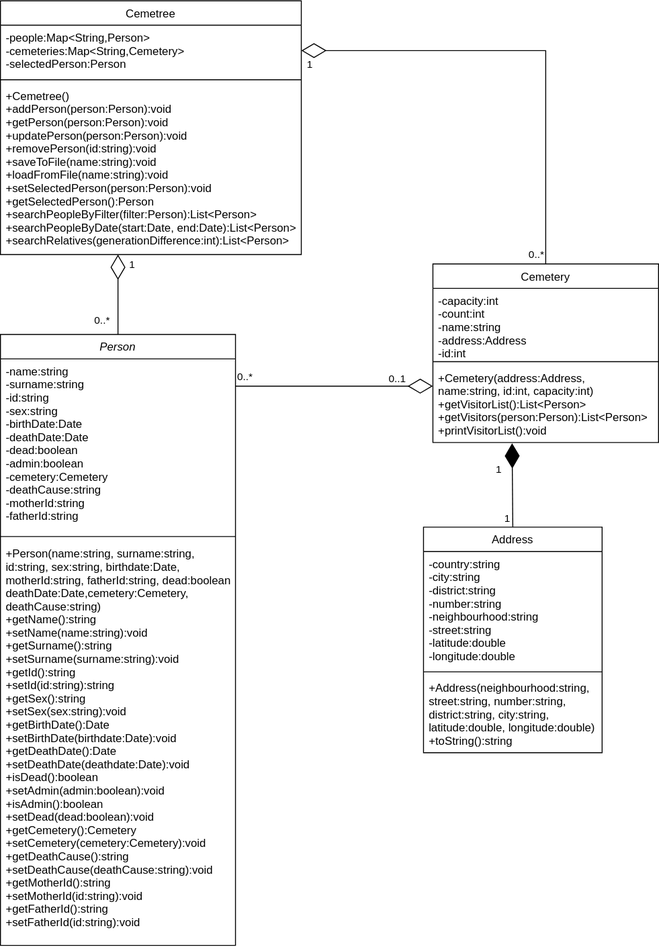
Earlier version of the draw.io export diagrams/class.svg (Wayedintr/CME-2210-Class-Project). Source tidied: cells renumbered, new cells last; positions are measured from the earlier drawing's top-left corner, leaving out a move shared by most shapes.
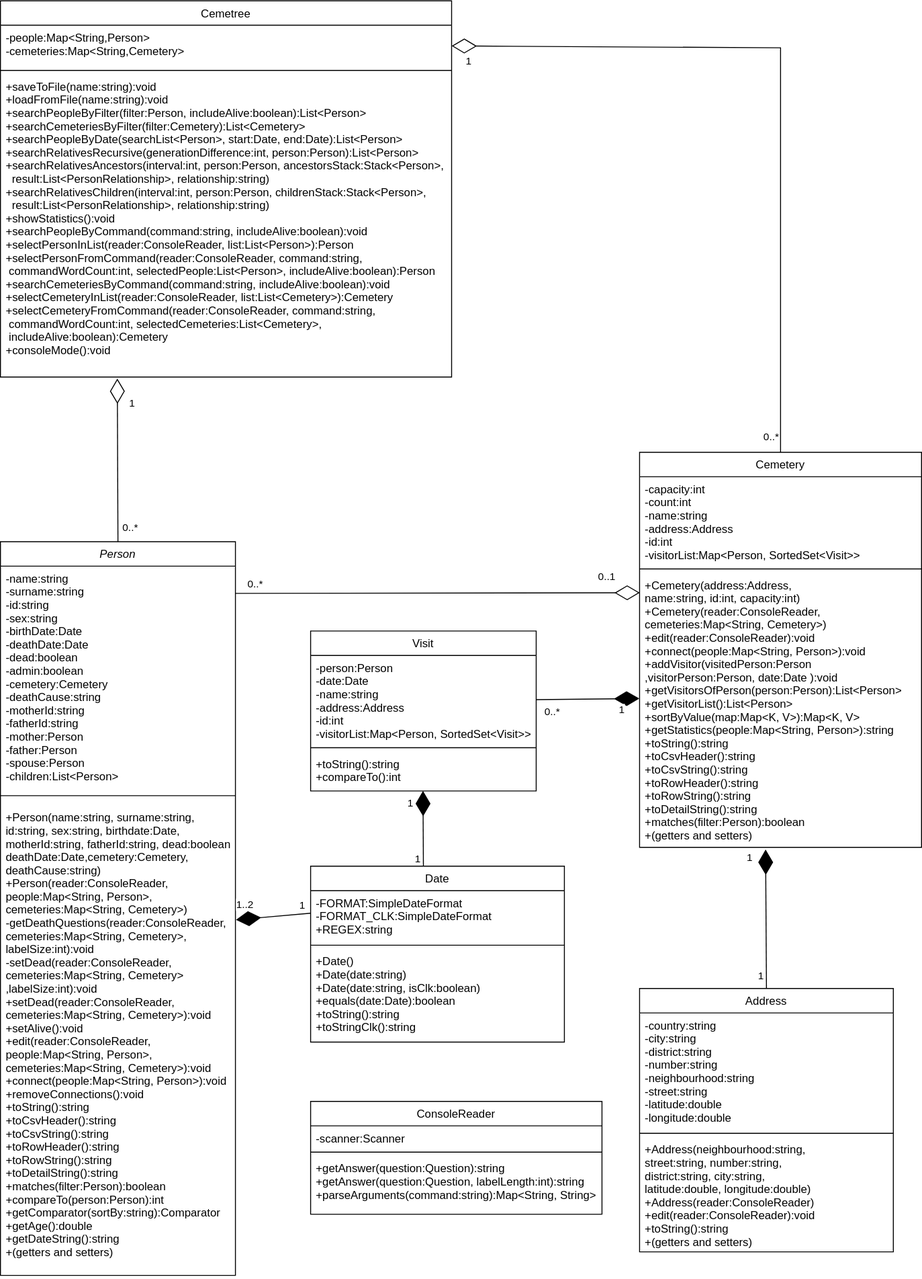
Above is the later version.

Diff of the diagram source:
```diff
@@ -5,29 +5,28 @@
     <mxCell id="2" value="Person" style="swimlane;fontStyle=2;align=center;verticalAlign=top;horizontal=1;startSize=26;rounded=0;shadow=0;strokeWidth=1;" parent="1" vertex="1">
-      <mxGeometry y="355" width="250" height="650" as="geometry" />
+      <mxGeometry y="575" width="250" height="780" as="geometry" />
     </mxCell>
-    <mxCell id="3" value="-name:string&#10;-surname:string&#10;-id:string&#10;-sex:string&#10;-birthDate:Date&#10;-deathDate:Date&#10;-dead:boolean&#10;-admin:boolean&#10;-cemetery:Cemetery&#10;-deathCause:string&#10;-motherId:string&#10;-fatherId:string" style="text;align=left;verticalAlign=top;spacingLeft=4;spacingRight=4;overflow=hidden;" parent="2" vertex="1">
-      <mxGeometry y="26" width="250" height="184" as="geometry" />
+    <mxCell id="3" value="-name:string&#10;-surname:string&#10;-id:string&#10;-sex:string&#10;-birthDate:Date&#10;-deathDate:Date&#10;-dead:boolean&#10;-admin:boolean&#10;-cemetery:Cemetery&#10;-deathCause:string&#10;-motherId:string&#10;-fatherId:string&#10;-mother:Person&#10;-father:Person&#10;-spouse:Person&#10;-children:List&lt;Person&gt;" style="text;align=left;verticalAlign=top;spacingLeft=4;spacingRight=4;overflow=hidden;" parent="2" vertex="1">
+      <mxGeometry y="26" width="250" height="234" as="geometry" />
     </mxCell>
     <mxCell id="4" style="line;html=1;strokeWidth=1;align=left;verticalAlign=middle;spacingTop=-1;spacingLeft=3;spacingRight=3;labelPosition=right;" parent="2" vertex="1">
-      <mxGeometry y="210" width="250" height="10" as="geometry" />
+      <mxGeometry y="260" width="250" height="20" as="geometry" />
     </mxCell>
-    <mxCell id="5" value="+Person(name:string, surname:string, &#10;id:string, sex:string, birthdate:Date,&#10;motherId:string, fatherId:string, dead:boolean&#10;deathDate:Date,cemetery:Cemetery, &#10;deathCause:string)&#10;+getName():string&#10;+setName(name:string):void&#10;+getSurname():string&#10;+setSurname(surname:string):void&#10;+getId():string&#10;+setId(id:string):string&#10;+getSex():string&#10;+setSex(sex:string):void&#10;+getBirthDate():Date&#10;+setBirthDate(birthdate:Date):void&#10;+getDeathDate():Date&#10;+setDeathDate(deathdate:Date):void&#10;+isDead():boolean&#10;+setAdmin(admin:boolean):void&#10;+isAdmin():boolean&#10;+setDead(dead:boolean):void&#10;+getCemetery():Cemetery&#10;+setCemetery(cemetery:Cemetery):void&#10;+getDeathCause():string&#10;+setDeathCause(deathCause:string):void&#10;+getMotherId():string&#10;+setMotherId(id:string):void&#10;+getFatherId():string&#10;+setFatherId(id:string):void" style="text;align=left;verticalAlign=top;spacingLeft=4;spacingRight=4;overflow=hidden;points=[[0,0.5],[1,0.5]];portConstraint=eastwest;" parent="2" vertex="1">
-      <mxGeometry y="220" width="250" height="430" as="geometry" />
+    <mxCell id="5" value="+Person(name:string, surname:string, &#10;id:string, sex:string, birthdate:Date,&#10;motherId:string, fatherId:string, dead:boolean&#10;deathDate:Date,cemetery:Cemetery, &#10;deathCause:string)&#10;+Person(reader:ConsoleReader, &#10;people:Map&lt;String, Person&gt;, &#10;cemeteries:Map&lt;String, Cemetery&gt;)&#10;-getDeathQuestions(reader:ConsoleReader, &#10;cemeteries:Map&lt;String, Cemetery&gt;,&#10;labelSize:int):void&#10;-setDead(reader:ConsoleReader, &#10;cemeteries:Map&lt;String, Cemetery&gt;&#10;,labelSize:int):void&#10;+setDead(reader:ConsoleReader,&#10;cemeteries:Map&lt;String, Cemetery&gt;):void&#10;+setAlive():void&#10;+edit(reader:ConsoleReader, &#10;people:Map&lt;String, Person&gt;, &#10;cemeteries:Map&lt;String, Cemetery&gt;):void&#10;+connect(people:Map&lt;String, Person&gt;):void&#10;+removeConnections():void&#10;+toString():string&#10;+toCsvHeader():string&#10;+toCsvString():string&#10;+toRowHeader():string&#10;+toRowString():string&#10;+toDetailString():string&#10;+matches(filter:Person):boolean&#10;+compareTo(person:Person):int&#10;+getComparator(sortBy:string):Comparator&#10;+getAge():double&#10;+getDateString():string&#10;+(getters and setters)" style="text;align=left;verticalAlign=top;spacingLeft=4;spacingRight=4;overflow=hidden;points=[[0,0.5],[1,0.5]];portConstraint=eastwest;" parent="2" vertex="1">
+      <mxGeometry y="280" width="250" height="500" as="geometry" />
     </mxCell>
     <mxCell id="6" value="Cemetery" style="swimlane;fontStyle=0;align=center;verticalAlign=top;horizontal=1;startSize=26;rounded=0;shadow=0;strokeWidth=1;" parent="1" vertex="1">
-      <mxGeometry x="460" y="280" width="240" height="190" as="geometry" />
+      <mxGeometry x="680" y="480" width="300" height="420" as="geometry" />
     </mxCell>
-    <mxCell id="7" value="-capacity:int&#10;-count:int&#10;-name:string&#10;-address:Address&#10;-id:int" style="text;align=left;verticalAlign=top;spacingLeft=4;spacingRight=4;overflow=hidden;" parent="6" vertex="1">
-      <mxGeometry y="26" width="240" height="74" as="geometry" />
+    <mxCell id="7" value="-capacity:int&#10;-count:int&#10;-name:string&#10;-address:Address&#10;-id:int&#10;-visitorList:Map&lt;Person, SortedSet&lt;Visit&gt;&gt;" style="text;align=left;verticalAlign=top;spacingLeft=4;spacingRight=4;overflow=hidden;" parent="6" vertex="1">
+      <mxGeometry y="26" width="300" height="94" as="geometry" />
     </mxCell>
     <mxCell id="8" style="line;html=1;strokeWidth=1;align=left;verticalAlign=middle;spacingTop=-1;spacingLeft=3;spacingRight=3;labelPosition=right;" parent="6" vertex="1">
-      <mxGeometry y="100" width="240" height="8" as="geometry" />
+      <mxGeometry y="120" width="300" height="8" as="geometry" />
     </mxCell>
-    <mxCell id="9" value="+Cemetery(address:Address,&#10;name:string, id:int, capacity:int)&#10;+getVisitorList():List&lt;Person&gt;&#10;+getVisitors(person:Person):List&lt;Person&gt;&#10;+printVisitorList():void" style="text;align=left;verticalAlign=top;spacingLeft=4;spacingRight=4;overflow=hidden;points=[[0,0.5],[1,0.5]];portConstraint=eastwest;" parent="6" vertex="1">
-      <mxGeometry y="108" width="240" height="82" as="geometry" />
+    <mxCell id="9" value="+Cemetery(address:Address,&#10;name:string, id:int, capacity:int)&#10;+Cemetery(reader:ConsoleReader, &#10;cemeteries:Map&lt;String, Cemetery&gt;)&#10;+edit(reader:ConsoleReader):void&#10;+connect(people:Map&lt;String, Person&gt;):void&#10;+addVisitor(visitedPerson:Person&#10;,visitorPerson:Person, date:Date ):void&#10;+getVisitorsOfPerson(person:Person):List&lt;Person&gt;&#10;+getVisitorList():List&lt;Person&gt;&#10;+sortByValue(map:Map&lt;K, V&gt;):Map&lt;K, V&gt;&#10;+getStatistics(people:Map&lt;String, Person&gt;):string&#10;+toString():string&#10;+toCsvHeader():string&#10;+toCsvString():string&#10;+toRowHeader():string&#10;+toRowString():string&#10;+toDetailString():string&#10;+matches(filter:Person):boolean&#10;+(getters and setters)&#10;" style="text;align=left;verticalAlign=top;spacingLeft=4;spacingRight=4;overflow=hidden;points=[[0,0.5],[1,0.5]];portConstraint=eastwest;" parent="6" vertex="1">
+      <mxGeometry y="128" width="300" height="292" as="geometry" />
     </mxCell>
-    <mxCell id="10" value="0..*" style="endArrow=diamondThin;endFill=0;endSize=24;html=1;rounded=0;entryX=0;entryY=0;entryDx=0;entryDy=0;entryPerimeter=0;" parent="1" edge="1">
+    <mxCell id="10" value="0..*" style="endArrow=diamondThin;endFill=0;endSize=24;html=1;rounded=0;entryX=0.001;entryY=0.073;entryDx=0;entryDy=0;entryPerimeter=0;" parent="1" edge="1" target="9">
       <mxGeometry x="-0.9" y="10" relative="1" as="geometry">
-        <mxPoint x="250" y="410" as="sourcePoint" />
-        <mxPoint x="460" y="410" as="targetPoint" />
+        <mxPoint x="250" y="630" as="sourcePoint" />
       </mxGeometry>
@@ -36,3 +35,3 @@
       <mxGeometry x="0.77" y="-2" relative="1" as="geometry">
-        <mxPoint x="-14" y="-10" as="offset" />
+        <mxPoint x="14" y="-20" as="offset" />
       </mxGeometry>
@@ -40,14 +39,14 @@
     <mxCell id="12" value="Address" style="swimlane;fontStyle=0;align=center;verticalAlign=top;horizontal=1;startSize=26;rounded=0;shadow=0;strokeWidth=1;" parent="1" vertex="1">
-      <mxGeometry x="450" y="560" width="190" height="240" as="geometry" />
+      <mxGeometry x="680" y="1050" width="270" height="280" as="geometry" />
     </mxCell>
     <mxCell id="13" value="-country:string&#10;-city:string&#10;-district:string&#10;-number:string&#10;-neighbourhood:string&#10;-street:string&#10;-latitude:double&#10;-longitude:double" style="text;align=left;verticalAlign=top;spacingLeft=4;spacingRight=4;overflow=hidden;" parent="12" vertex="1">
-      <mxGeometry y="26" width="190" height="124" as="geometry" />
+      <mxGeometry y="26" width="270" height="124" as="geometry" />
     </mxCell>
     <mxCell id="14" style="line;html=1;strokeWidth=1;align=left;verticalAlign=middle;spacingTop=-1;spacingLeft=3;spacingRight=3;labelPosition=right;" parent="12" vertex="1">
-      <mxGeometry y="150" width="190" height="8" as="geometry" />
+      <mxGeometry y="150" width="270" height="8" as="geometry" />
     </mxCell>
-    <mxCell id="15" value="+Address(neighbourhood:string,&#10;street:string, number:string, &#10;district:string, city:string,&#10;latitude:double, longitude:double)&#10;+toString():string" style="text;align=left;verticalAlign=top;spacingLeft=4;spacingRight=4;overflow=hidden;" parent="12" vertex="1">
-      <mxGeometry y="158" width="190" height="72" as="geometry" />
+    <mxCell id="15" value="+Address(neighbourhood:string,&#10;street:string, number:string, &#10;district:string, city:string,&#10;latitude:double, longitude:double)&#10;+Address(reader:ConsoleReader)&#10;+edit(reader:ConsoleReader):void&#10;+toString():string&#10;+(getters and setters)&#10;" style="text;align=left;verticalAlign=top;spacingLeft=4;spacingRight=4;overflow=hidden;" parent="12" vertex="1">
+      <mxGeometry y="158" width="270" height="122" as="geometry" />
     </mxCell>
-    <mxCell id="16" style="endArrow=diamondThin;endFill=1;endSize=24;html=1;rounded=0;exitX=0.5;exitY=0;exitDx=0;exitDy=0;entryX=0.351;entryY=1.01;entryDx=0;entryDy=0;entryPerimeter=0;" parent="1" edge="1" source="12" target="9">
+    <mxCell id="16" style="endArrow=diamondThin;endFill=1;endSize=24;html=1;rounded=0;exitX=0.5;exitY=0;exitDx=0;exitDy=0;entryX=0.447;entryY=1.008;entryDx=0;entryDy=0;entryPerimeter=0;" parent="1" edge="1" source="12" target="9">
       <mxGeometry relative="1" as="geometry" />
@@ -60,3 +59,3 @@
     <mxCell id="18" value="1" style="edgeLabel;html=1;align=center;verticalAlign=middle;" parent="1" vertex="1">
-      <mxGeometry x="545" y="570" as="geometry">
+      <mxGeometry x="812" y="982" as="geometry">
         <mxPoint x="-15" y="-71" as="offset" />
@@ -65,17 +64,15 @@
     <mxCell id="19" value="Cemetree" style="swimlane;fontStyle=0;align=center;verticalAlign=top;horizontal=1;startSize=26;rounded=0;shadow=0;strokeWidth=1;" parent="1" vertex="1">
-      <mxGeometry width="320" height="270" as="geometry" />
+      <mxGeometry width="480" height="400" as="geometry" />
     </mxCell>
-    <mxCell id="20" value="-people:Map&lt;String,Person&gt;&#10;-cemeteries:Map&lt;String,Cemetery&gt;&#10;-selectedPerson:Person" style="text;align=left;verticalAlign=top;spacingLeft=4;spacingRight=4;overflow=hidden;points=[[0,0.5],[1,0.5]];portConstraint=eastwest;" parent="19" vertex="1">
-      <mxGeometry y="26" width="320" height="54" as="geometry" />
+    <mxCell id="20" value="-people:Map&lt;String,Person&gt;&#10;-cemeteries:Map&lt;String,Cemetery&gt;" style="text;align=left;verticalAlign=top;spacingLeft=4;spacingRight=4;overflow=hidden;points=[[0,0.5],[1,0.5]];portConstraint=eastwest;" parent="19" vertex="1">
+      <mxGeometry y="26" width="480" height="44" as="geometry" />
     </mxCell>
     <mxCell id="21" style="line;html=1;strokeWidth=1;align=left;verticalAlign=middle;spacingTop=-1;spacingLeft=3;spacingRight=3;labelPosition=right;" parent="19" vertex="1">
-      <mxGeometry y="80" width="320" height="8" as="geometry" />
+      <mxGeometry y="70" width="480" height="8" as="geometry" />
     </mxCell>
-    <mxCell id="22" value="+Cemetree()&#10;+addPerson(person:Person):void&#10;+getPerson(person:Person):void&#10;+updatePerson(person:Person):void&#10;+removePerson(id:string):void&#10;+saveToFile(name:string):void&#10;+loadFromFile(name:string):void&#10;+setSelectedPerson(person:Person):void&#10;+getSelectedPerson():Person&#10;+searchPeopleByFilter(filter:Person):List&lt;Person&gt;&#10;+searchPeopleByDate(start:Date, end:Date):List&lt;Person&gt;&#10;+searchRelatives(generationDifference:int):List&lt;Person&gt;" style="text;align=left;verticalAlign=top;spacingLeft=4;spacingRight=4;overflow=hidden;points=[[0,0.5],[1,0.5]];portConstraint=eastwest;" parent="19" vertex="1">
-      <mxGeometry y="88" width="320" height="182" as="geometry" />
+    <mxCell id="22" value="+saveToFile(name:string):void&#10;+loadFromFile(name:string):void&#10;+searchPeopleByFilter(filter:Person, includeAlive:boolean):List&lt;Person&gt;&#10;+searchCemeteriesByFilter(filter:Cemetery):List&lt;Cemetery&gt;&#10;+searchPeopleByDate(searchList&lt;Person&gt;, start:Date, end:Date):List&lt;Person&gt;&#10;+searchRelativesRecursive(generationDifference:int, person:Person):List&lt;Person&gt;&#10;+searchRelativesAncestors(interval:int, person:Person, ancestorsStack:Stack&lt;Person&gt;, &#10;  result:List&lt;PersonRelationship&gt;, relationship:string)&#10;+searchRelativesChildren(interval:int, person:Person, childrenStack:Stack&lt;Person&gt;,&#10;  result:List&lt;PersonRelationship&gt;, relationship:string)&#10;+showStatistics():void&#10;+searchPeopleByCommand(command:string, includeAlive:boolean):void&#10;+selectPersonInList(reader:ConsoleReader, list:List&lt;Person&gt;):Person&#10;+selectPersonFromCommand(reader:ConsoleReader, command:string,&#10; commandWordCount:int, selectedPeople:List&lt;Person&gt;, includeAlive:boolean):Person&#10;+searchCemeteriesByCommand(command:string, includeAlive:boolean):void&#10;+selectCemeteryInList(reader:ConsoleReader, list:List&lt;Cemetery&gt;):Cemetery&#10;+selectCemeteryFromCommand(reader:ConsoleReader, command:string,&#10; commandWordCount:int, selectedCemeteries:List&lt;Cemetery&gt;, &#10; includeAlive:boolean):Cemetery&#10;+consoleMode():void" style="text;align=left;verticalAlign=top;spacingLeft=4;spacingRight=4;overflow=hidden;points=[[0,0.5],[1,0.5]];portConstraint=eastwest;" parent="19" vertex="1">
+      <mxGeometry y="78" width="480" height="322" as="geometry" />
     </mxCell>
-    <mxCell id="23" style="endArrow=diamondThin;endFill=0;endSize=24;html=1;rounded=0;exitX=0.5;exitY=0;exitDx=0;exitDy=0;" parent="1" edge="1" source="2">
-      <mxGeometry relative="1" as="geometry">
-        <mxPoint x="125" y="270" as="targetPoint" />
-      </mxGeometry>
+    <mxCell id="23" style="endArrow=diamondThin;endFill=0;endSize=24;html=1;rounded=0;exitX=0.5;exitY=0;exitDx=0;exitDy=0;entryX=0.259;entryY=1.005;entryDx=0;entryDy=0;entryPerimeter=0;" parent="1" edge="1" source="2" target="22">
+      <mxGeometry relative="1" as="geometry" />
     </mxCell>
@@ -89,3 +86,3 @@
         <Array as="points">
-          <mxPoint x="580" y="53" />
+          <mxPoint x="830" y="50" />
         </Array>
@@ -104,3 +101,3 @@
     <mxCell id="28" value="0..*" style="edgeLabel;html=1;align=center;verticalAlign=middle;" parent="1" vertex="1">
-      <mxGeometry x="550" y="410" as="geometry">
+      <mxGeometry x="580" y="630" as="geometry">
         <mxPoint x="-442" y="-70" as="offset" />
@@ -108,2 +105,79 @@
     </mxCell>
+    <mxCell id="29" value="Visit" style="swimlane;fontStyle=0;align=center;verticalAlign=top;horizontal=1;startSize=26;rounded=0;shadow=0;strokeWidth=1;" parent="1" vertex="1">
+      <mxGeometry x="330" y="670" width="240" height="170" as="geometry" />
+    </mxCell>
+    <mxCell id="30" value="-person:Person&#10;-date:Date&#10;-name:string&#10;-address:Address&#10;-id:int&#10;-visitorList:Map&lt;Person, SortedSet&lt;Visit&gt;&gt;" style="text;align=left;verticalAlign=top;spacingLeft=4;spacingRight=4;overflow=hidden;" parent="29" vertex="1">
+      <mxGeometry y="26" width="240" height="94" as="geometry" />
+    </mxCell>
+    <mxCell id="31" style="line;html=1;strokeWidth=1;align=left;verticalAlign=middle;spacingTop=-1;spacingLeft=3;spacingRight=3;labelPosition=right;" parent="29" vertex="1">
+      <mxGeometry y="120" width="240" height="8" as="geometry" />
+    </mxCell>
+    <mxCell id="32" value="+toString():string&#10;+compareTo():int" style="text;align=left;verticalAlign=top;spacingLeft=4;spacingRight=4;overflow=hidden;" parent="29" vertex="1">
+      <mxGeometry y="128" width="240" height="42" as="geometry" />
+    </mxCell>
+    <mxCell id="33" value="0..*" style="endArrow=diamondThin;endFill=1;endSize=24;html=1;rounded=0;entryX=-0.001;entryY=0.458;entryDx=0;entryDy=0;entryPerimeter=0;" parent="1" edge="1" target="9">
+      <mxGeometry x="-0.7" y="-13" relative="1" as="geometry">
+        <mxPoint x="570" y="743" as="sourcePoint" />
+      </mxGeometry>
+    </mxCell>
+    <mxCell id="34" value="1" style="edgeLabel;html=1;align=center;verticalAlign=middle;" parent="33" vertex="1">
+      <mxGeometry x="-0.86" relative="1" as="geometry">
+        <mxPoint x="83" y="11" as="offset" />
+      </mxGeometry>
+    </mxCell>
+    <mxCell id="35" value="ConsoleReader" style="swimlane;fontStyle=0;align=center;verticalAlign=top;horizontal=1;startSize=26;rounded=0;shadow=0;strokeWidth=1;" parent="1" vertex="1">
+      <mxGeometry x="330" y="1170" width="310" height="120" as="geometry" />
+    </mxCell>
+    <mxCell id="36" value="-scanner:Scanner" style="text;align=left;verticalAlign=top;spacingLeft=4;spacingRight=4;overflow=hidden;" parent="35" vertex="1">
+      <mxGeometry y="26" width="310" height="24" as="geometry" />
+    </mxCell>
+    <mxCell id="37" style="line;html=1;strokeWidth=1;align=left;verticalAlign=middle;spacingTop=-1;spacingLeft=3;spacingRight=3;labelPosition=right;" parent="35" vertex="1">
+      <mxGeometry y="50" width="310" height="8" as="geometry" />
+    </mxCell>
+    <mxCell id="38" value="+getAnswer(question:Question):string&#10;+getAnswer(question:Question, labelLength:int):string&#10;+parseArguments(command:string):Map&lt;String, String&gt;" style="text;align=left;verticalAlign=top;spacingLeft=4;spacingRight=4;overflow=hidden;" parent="35" vertex="1">
+      <mxGeometry y="58" width="310" height="62" as="geometry" />
+    </mxCell>
+    <mxCell id="39" value="Date" style="swimlane;fontStyle=0;align=center;verticalAlign=top;horizontal=1;startSize=26;rounded=0;shadow=0;strokeWidth=1;" parent="1" vertex="1">
+      <mxGeometry x="330" y="920" width="270" height="187" as="geometry" />
+    </mxCell>
+    <mxCell id="40" value="-FORMAT:SimpleDateFormat&#10;-FORMAT_CLK:SimpleDateFormat&#10;+REGEX:string" style="text;align=left;verticalAlign=top;spacingLeft=4;spacingRight=4;overflow=hidden;" parent="39" vertex="1">
+      <mxGeometry y="26" width="270" height="54" as="geometry" />
+    </mxCell>
+    <mxCell id="41" style="line;html=1;strokeWidth=1;align=left;verticalAlign=middle;spacingTop=-1;spacingLeft=3;spacingRight=3;labelPosition=right;" parent="39" vertex="1">
+      <mxGeometry y="80" width="270" height="8" as="geometry" />
+    </mxCell>
+    <mxCell id="42" value="+Date()&#10;+Date(date:string)&#10;+Date(date:string, isClk:boolean)&#10;+equals(date:Date):boolean&#10;+toString():string&#10;+toStringClk():string" style="text;align=left;verticalAlign=top;spacingLeft=4;spacingRight=4;overflow=hidden;" parent="39" vertex="1">
+      <mxGeometry y="88" width="270" height="92" as="geometry" />
+    </mxCell>
+    <mxCell id="43" style="endArrow=diamondThin;endFill=1;endSize=24;html=1;rounded=0;entryX=0.447;entryY=1.008;entryDx=0;entryDy=0;entryPerimeter=0;" parent="1" edge="1">
+      <mxGeometry relative="1" as="geometry">
+        <mxPoint x="450" y="920" as="sourcePoint" />
+        <mxPoint x="449.5" y="840" as="targetPoint" />
+      </mxGeometry>
+    </mxCell>
+    <mxCell id="44" value="1" style="edgeLabel;html=1;align=center;verticalAlign=middle;" parent="43" vertex="1">
+      <mxGeometry x="-0.86" relative="1" as="geometry">
+        <mxPoint x="-6" y="-3" as="offset" />
+      </mxGeometry>
+    </mxCell>
+    <mxCell id="45" value="1" style="edgeLabel;html=1;align=center;verticalAlign=middle;" parent="43" vertex="1">
+      <mxGeometry x="0.68" y="-3" relative="1" as="geometry">
+        <mxPoint x="-17" as="offset" />
+      </mxGeometry>
+    </mxCell>
+    <mxCell id="46" style="endArrow=diamondThin;endFill=1;endSize=24;html=1;rounded=0;entryX=1.002;entryY=0.244;entryDx=0;entryDy=0;entryPerimeter=0;" parent="1" edge="1" target="5">
+      <mxGeometry relative="1" as="geometry">
+        <mxPoint x="330" y="970" as="sourcePoint" />
+      </mxGeometry>
+    </mxCell>
+    <mxCell id="47" value="1" style="edgeLabel;html=1;align=center;verticalAlign=middle;" parent="46" vertex="1">
+      <mxGeometry x="-0.86" relative="1" as="geometry">
+        <mxPoint x="-4" y="-9" as="offset" />
+      </mxGeometry>
+    </mxCell>
+    <mxCell id="48" value="1..2" style="edgeLabel;html=1;align=center;verticalAlign=middle;" parent="46" vertex="1">
+      <mxGeometry x="0.68" y="-3" relative="1" as="geometry">
+        <mxPoint x="-3" y="-12" as="offset" />
+      </mxGeometry>
+    </mxCell>
   </root>
```
